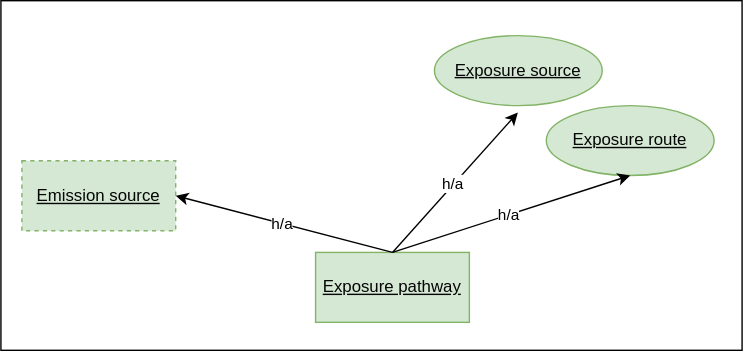
This is diagrams/sub-group-exposure-pathway.drawio.svg from eu-parc/aggregate-exposure-modelling, a draw.io export, as it was before one commit. Source tidied: cells renumbered, new cells last; positions are measured from the earlier drawing's top-left corner, leaving out a move shared by most shapes.
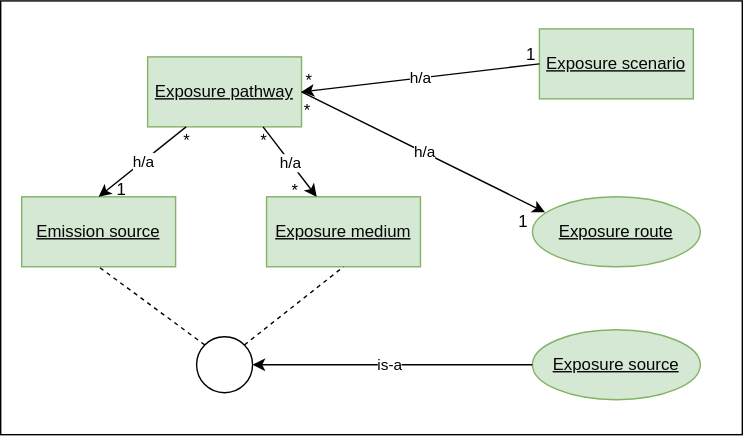
Above is the later version.

Commit message:
Update exposure pathway diagram to include notion of exposure medium and exposure scenario

The edit, as a diff of the source:
```diff
@@ -3,43 +3,110 @@
     <mxCell id="0" />
     <mxCell id="1" parent="0" />
     <mxCell id="2" style="rounded=0;whiteSpace=wrap;html=1;" parent="1" vertex="1">
-      <mxGeometry width="530" height="250" as="geometry" />
+      <mxGeometry x="100" y="170" width="530" height="310" as="geometry" />
     </mxCell>
     <mxCell id="3" value="Exposure route" style="ellipse;whiteSpace=wrap;html=1;fillColor=#d5e8d4;strokeColor=#82b366;fontStyle=4;fontColor=#050505;" parent="1" vertex="1">
-      <mxGeometry x="390" y="75" width="120" height="50" as="geometry" />
+      <mxGeometry x="480" y="310" width="120" height="50" as="geometry" />
     </mxCell>
+    <mxCell id="5" value="Exposure pathway" style="rounded=0;whiteSpace=wrap;html=1;fillColor=#d5e8d4;strokeColor=#82b366;fontStyle=4;fontColor=#050505;" parent="1" vertex="1">
+      <mxGeometry x="205" y="210" width="110" height="50" as="geometry" />
+    </mxCell>
+    <mxCell id="12" value="Exposure source" style="ellipse;whiteSpace=wrap;html=1;fillColor=#d5e8d4;strokeColor=#82b366;fontStyle=4;fontColor=#050505;" parent="1" vertex="1">
+      <mxGeometry x="480" y="405" width="120" height="50" as="geometry" />
+    </mxCell>
+    <mxCell id="13" value="Exposure medium" style="rounded=0;whiteSpace=wrap;html=1;fillColor=#d5e8d4;strokeColor=#82b366;fontStyle=4;fontColor=#050505;" parent="1" vertex="1">
+      <mxGeometry x="290" y="310" width="110" height="50" as="geometry" />
+    </mxCell>
-    <mxCell id="4" value="Emission source" style="rounded=0;whiteSpace=wrap;html=1;fillColor=#d5e8d4;strokeColor=#82b366;fontStyle=4;dashed=1;fontColor=#050505;" parent="1" vertex="1">
-      <mxGeometry x="15" y="114.5" width="110" height="50" as="geometry" />
+    <mxCell id="4" value="Emission source" style="rounded=0;whiteSpace=wrap;html=1;fillColor=#d5e8d4;strokeColor=#82b366;fontStyle=4;fontColor=#050505;" parent="1" vertex="1">
+      <mxGeometry x="115" y="310" width="110" height="50" as="geometry" />
     </mxCell>
-    <mxCell id="5" value="Exposure pathway" style="rounded=0;whiteSpace=wrap;html=1;fillColor=#d5e8d4;strokeColor=#82b366;fontStyle=4;fontColor=#050505;" parent="1" vertex="1">
-      <mxGeometry x="225" y="180" width="110" height="50" as="geometry" />
-    </mxCell>
+    <mxCell id="14" style="ellipse;whiteSpace=wrap;html=1;" parent="1" vertex="1">
+      <mxGeometry x="240" y="410" width="40" height="40" as="geometry" />
+    </mxCell>
+    <mxCell id="15" style="endArrow=classic;html=1;rounded=0;entryX=1;entryY=0.5;entryDx=0;entryDy=0;exitX=0;exitY=0.5;exitDx=0;exitDy=0;" parent="1" edge="1" source="12" target="14">
+      <mxGeometry relative="1" as="geometry">
+        <Array as="points">
+          <mxPoint x="390" y="430" />
+        </Array>
+      </mxGeometry>
+    </mxCell>
+    <mxCell id="16" value="is-a" style="edgeLabel;html=1;align=center;verticalAlign=middle;" parent="15" vertex="1">
+      <mxGeometry relative="1" as="geometry">
+        <mxPoint x="-2" as="offset" />
+      </mxGeometry>
+    </mxCell>
+    <mxCell id="17" style="endArrow=none;dashed=1;html=1;rounded=0;entryX=0.5;entryY=1;entryDx=0;entryDy=0;exitX=1;exitY=0;exitDx=0;exitDy=0;" parent="1" edge="1" source="14" target="13">
+      <mxGeometry relative="1" as="geometry" />
+    </mxCell>
+    <mxCell id="18" style="endArrow=none;dashed=1;html=1;rounded=0;entryX=0.5;entryY=1;entryDx=0;entryDy=0;exitX=0;exitY=0;exitDx=0;exitDy=0;" parent="1" edge="1" source="14" target="4">
+      <mxGeometry relative="1" as="geometry" />
+    </mxCell>
+    <mxCell id="10" style="endArrow=classic;html=1;rounded=0;entryX=0.075;entryY=0.22;entryDx=0;entryDy=0;entryPerimeter=0;exitX=1;exitY=0.5;exitDx=0;exitDy=0;" parent="1" edge="1" source="5" target="3">
+      <mxGeometry relative="1" as="geometry" />
+    </mxCell>
+    <mxCell id="19" value="h/a" style="edgeLabel;html=1;align=center;verticalAlign=middle;" parent="10" vertex="1">
+      <mxGeometry relative="1" as="geometry" />
+    </mxCell>
+    <mxCell id="20" value="*" style="edgeLabel;html=1;align=left;verticalAlign=bottom;fontSize=12;" parent="10" vertex="1">
+      <mxGeometry x="-1" relative="1" as="geometry">
+        <mxPoint y="22" as="offset" />
+      </mxGeometry>
+    </mxCell>
+    <mxCell id="21" value="1" style="edgeLabel;html=1;align=right;verticalAlign=bottom;fontSize=12;" parent="10" vertex="1">
+      <mxGeometry x="1" relative="1" as="geometry">
+        <mxPoint x="-11" y="15" as="offset" />
+      </mxGeometry>
+    </mxCell>
+    <mxCell id="22" style="endArrow=classic;html=1;rounded=0;exitX=0.75;exitY=1;exitDx=0;exitDy=0;" parent="1" edge="1" source="5" target="13">
+      <mxGeometry relative="1" as="geometry" />
+    </mxCell>
+    <mxCell id="23" value="h/a" style="edgeLabel;html=1;align=center;verticalAlign=middle;" parent="22" vertex="1">
+      <mxGeometry relative="1" as="geometry" />
+    </mxCell>
+    <mxCell id="24" value="*" style="edgeLabel;html=1;align=left;verticalAlign=bottom;fontSize=12;labelBackgroundColor=none;" parent="22" vertex="1">
+      <mxGeometry x="-1" relative="1" as="geometry">
+        <mxPoint x="-4" y="18" as="offset" />
+      </mxGeometry>
+    </mxCell>
+    <mxCell id="25" value="*" style="edgeLabel;html=1;align=right;verticalAlign=bottom;fontSize=12;labelBackgroundColor=none;" parent="22" vertex="1">
+      <mxGeometry x="1" relative="1" as="geometry">
+        <mxPoint x="-12" y="5" as="offset" />
+      </mxGeometry>
+    </mxCell>
-    <mxCell id="6" style="endArrow=classic;html=1;rounded=0;entryX=1;entryY=0.5;entryDx=0;entryDy=0;exitX=0.5;exitY=0;exitDx=0;exitDy=0;" parent="1" edge="1" source="5" target="4">
+    <mxCell id="6" style="endArrow=classic;html=1;rounded=0;exitX=0.25;exitY=1;exitDx=0;exitDy=0;entryX=0.5;entryY=0;entryDx=0;entryDy=0;" parent="1" edge="1" source="5" target="4">
       <mxGeometry relative="1" as="geometry" />
     </mxCell>
-    <mxCell id="7" value="h/a" style="edgeLabel;html=1;align=center;verticalAlign=middle;" parent="6" vertex="1">
-      <mxGeometry relative="1" as="geometry">
-        <mxPoint x="-2" as="offset" />
-      </mxGeometry>
-    </mxCell>
-    <mxCell id="8" style="endArrow=classic;html=1;rounded=0;entryX=0.497;entryY=1.1;entryDx=0;entryDy=0;exitX=0.5;exitY=0;exitDx=0;exitDy=0;entryPerimeter=0;" parent="1" edge="1" source="5" target="12">
-      <mxGeometry relative="1" as="geometry" />
-    </mxCell>
-    <mxCell id="9" value="h/a" style="edgeLabel;html=1;align=center;verticalAlign=middle;" parent="8" vertex="1">
-      <mxGeometry relative="1" as="geometry">
-        <mxPoint x="-2" as="offset" />
-      </mxGeometry>
-    </mxCell>
-    <mxCell id="10" style="endArrow=classic;html=1;rounded=0;entryX=0.5;entryY=1;entryDx=0;entryDy=0;exitX=0.5;exitY=0;exitDx=0;exitDy=0;" parent="1" edge="1" source="5" target="3">
-      <mxGeometry relative="1" as="geometry" />
-    </mxCell>
-    <mxCell id="11" value="h/a" style="edgeLabel;html=1;align=center;verticalAlign=middle;" parent="10" vertex="1">
-      <mxGeometry relative="1" as="geometry">
-        <mxPoint x="-2" as="offset" />
-      </mxGeometry>
-    </mxCell>
-    <mxCell id="12" value="Exposure source" style="ellipse;whiteSpace=wrap;html=1;fillColor=#d5e8d4;strokeColor=#82b366;fontStyle=4;fontColor=#050505;" parent="1" vertex="1">
-      <mxGeometry x="310" y="25" width="120" height="50" as="geometry" />
-    </mxCell>
+    <mxCell id="26" value="h/a" style="edgeLabel;html=1;align=center;verticalAlign=middle;" parent="6" vertex="1">
+      <mxGeometry relative="1" as="geometry" />
+    </mxCell>
+    <mxCell id="27" value="*" style="edgeLabel;html=1;align=left;verticalAlign=bottom;fontSize=12;labelBackgroundColor=none;" parent="6" vertex="1">
+      <mxGeometry x="-1" relative="1" as="geometry">
+        <mxPoint x="-4" y="18" as="offset" />
+      </mxGeometry>
+    </mxCell>
+    <mxCell id="28" value="1" style="edgeLabel;html=1;align=right;verticalAlign=bottom;fontSize=12;labelBackgroundColor=none;" parent="6" vertex="1">
+      <mxGeometry x="1" relative="1" as="geometry">
+        <mxPoint x="20" y="3" as="offset" />
+      </mxGeometry>
+    </mxCell>
+    <mxCell id="29" value="Exposure scenario" style="rounded=0;whiteSpace=wrap;html=1;fillColor=#d5e8d4;strokeColor=#82b366;fontStyle=4;fontColor=#050505;" parent="1" vertex="1">
+      <mxGeometry x="485" y="190" width="110" height="50" as="geometry" />
+    </mxCell>
+    <mxCell id="30" style="endArrow=classic;html=1;rounded=0;exitX=0;exitY=0.5;exitDx=0;exitDy=0;entryX=1;entryY=0.5;entryDx=0;entryDy=0;" parent="1" edge="1" source="29" target="5">
+      <mxGeometry relative="1" as="geometry" />
+    </mxCell>
+    <mxCell id="31" value="h/a" style="edgeLabel;html=1;align=center;verticalAlign=middle;" parent="30" vertex="1">
+      <mxGeometry relative="1" as="geometry" />
+    </mxCell>
+    <mxCell id="32" value="1" style="edgeLabel;html=1;align=left;verticalAlign=bottom;fontSize=12;labelBackgroundColor=none;" parent="30" vertex="1">
+      <mxGeometry x="-1" relative="1" as="geometry">
+        <mxPoint x="-11" y="2" as="offset" />
+      </mxGeometry>
+    </mxCell>
+    <mxCell id="33" value="*" style="edgeLabel;html=1;align=right;verticalAlign=bottom;fontSize=12;labelBackgroundColor=none;" parent="30" vertex="1">
+      <mxGeometry x="1" relative="1" as="geometry">
+        <mxPoint x="8" as="offset" />
+      </mxGeometry>
+    </mxCell>
   </root>
 </mxGraphModel>
```
